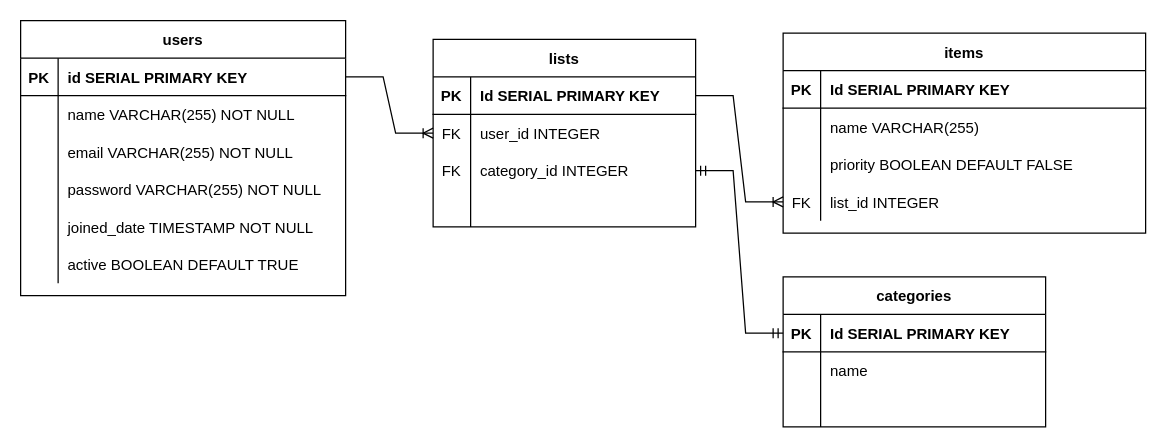
Before: planning/todo_ERD.drawio in smalott16/lhl_midterm, a draw.io diagram. Source tidied: cells renumbered, new cells numbered last; positions are measured from the earlier drawing's top-left corner, leaving out a move shared by most shapes. Both pictures are drawn from the tidied source at 125%, with x=0, y=0 at pixel (20, 20).
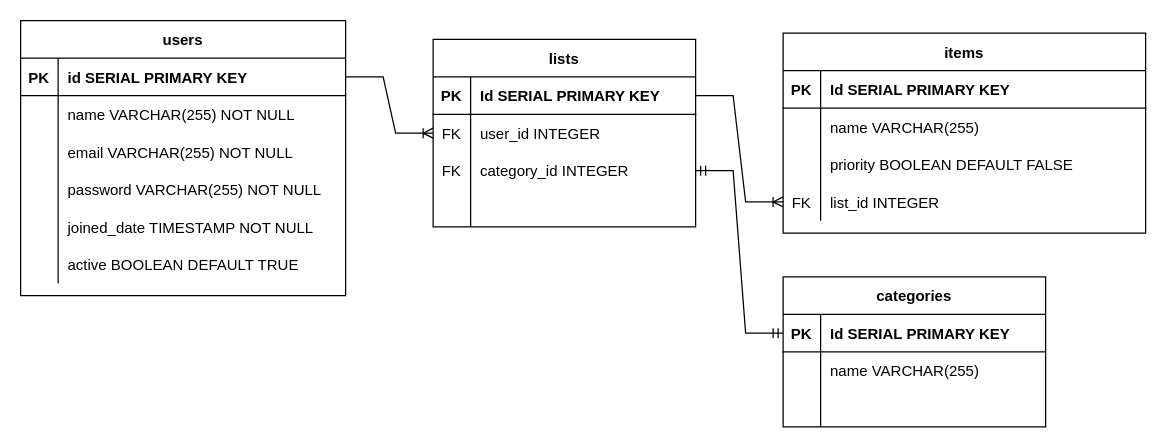
After the change.

Commit message (it also covers changes not shown here):
the list routes now query the database and display the categorized data in an object of type JSON

Unchanged cells that the change refers to:
```xml
<mxCell id="38" style="shape=partialRectangle;fillColor=none;top=0;left=0;bottom=0;right=0;" parent="34" vertex="1">
  <mxGeometry y="60" width="210" height="30" as="geometry" />
</mxCell>
```

Diff of the diagram source:
```diff
@@
-    <mxCell id="40" value="name" style="shape=partialRectangle;fillColor=none;top=0;left=0;bottom=0;right=0;align=left;spacingLeft=6;overflow=hidden;" parent="38" vertex="1">
+    <mxCell id="40" value="name VARCHAR(255)" style="shape=partialRectangle;fillColor=none;top=0;left=0;bottom=0;right=0;align=left;spacingLeft=6;overflow=hidden;" parent="38" vertex="1">
       <mxGeometry x="30" width="180" height="30" as="geometry" />
     </mxCell>
```
